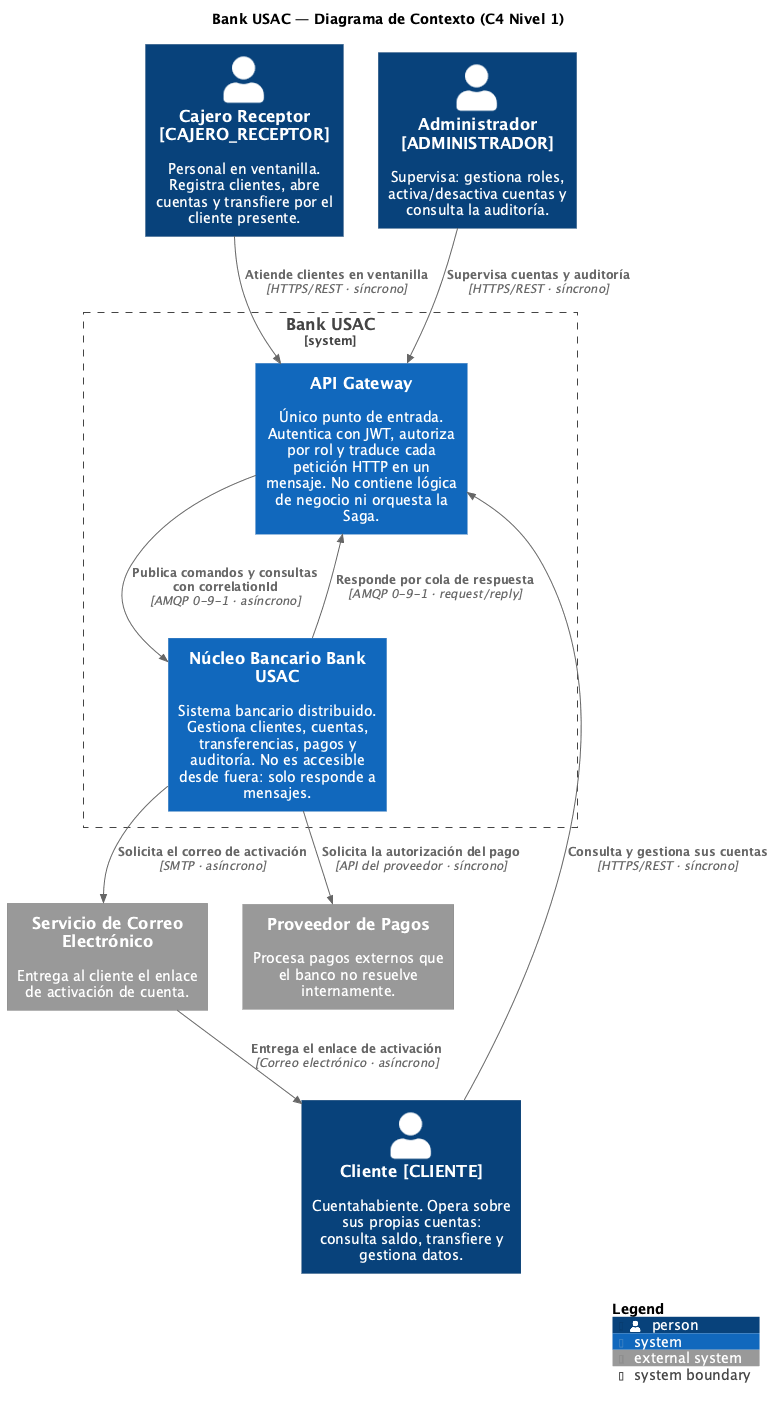
Earlier version of the PlantUML export docs/architecture/diagrams/02-c4-contexto.png (marcosbondel/Proyecto-SA-B-2).
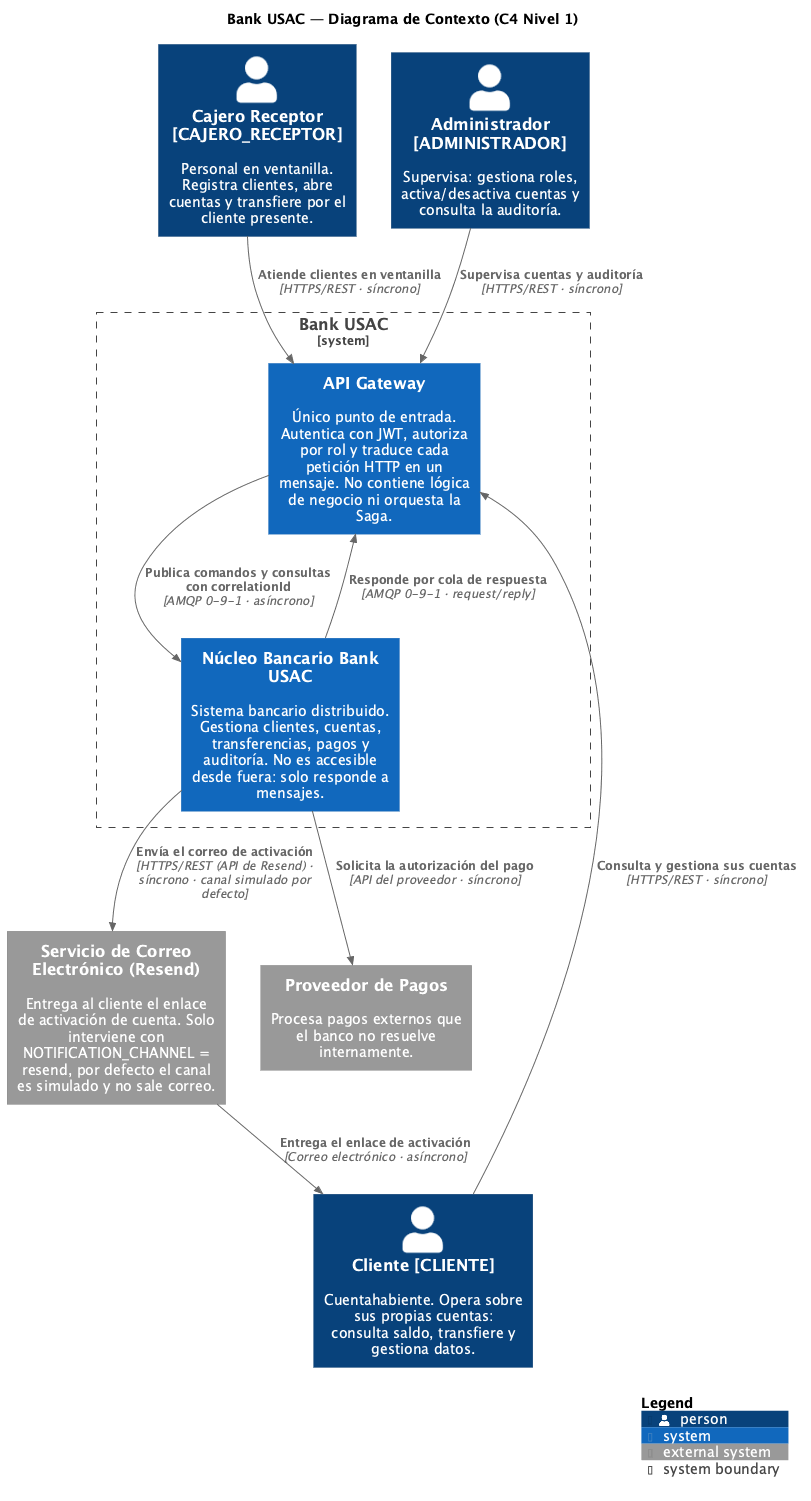
The same diagram one commit later.

The edit, as a diff of the source:
```diff
@@ -13,7 +13,7 @@
     System(bankusac, "Núcleo Bancario Bank USAC", "Sistema bancario distribuido. Gestiona clientes, cuentas, transferencias, pagos y auditoría. No es accesible desde fuera: solo responde a mensajes.")
 }
 
-System_Ext(correo, "Servicio de Correo Electrónico", "Entrega al cliente el enlace de activación de cuenta.")
+System_Ext(correo, "Servicio de Correo Electrónico (Resend)", "Entrega al cliente el enlace de activación de cuenta. Solo interviene con NOTIFICATION_CHANNEL = resend, por defecto el canal es simulado y no sale correo.")
 System_Ext(proveedorPagos, "Proveedor de Pagos", "Procesa pagos externos que el banco no resuelve internamente.")
 
 Rel(cliente, gateway, "Consulta y gestiona sus cuentas", "HTTPS/REST · síncrono")
@@ -23,7 +23,7 @@
 Rel(gateway, bankusac, "Publica comandos y consultas con correlationId", "AMQP 0-9-1 · asíncrono")
 Rel(bankusac, gateway, "Responde por cola de respuesta", "AMQP 0-9-1 · request/reply")
 
-Rel(bankusac, correo, "Solicita el correo de activación", "SMTP · asíncrono")
+Rel(bankusac, correo, "Envía el correo de activación", "HTTPS/REST (API de Resend) · síncrono · canal simulado por defecto")
 Rel(correo, cliente, "Entrega el enlace de activación", "Correo electrónico · asíncrono")
 Rel(bankusac, proveedorPagos, "Solicita la autorización del pago", "API del proveedor · síncrono")
 
```
